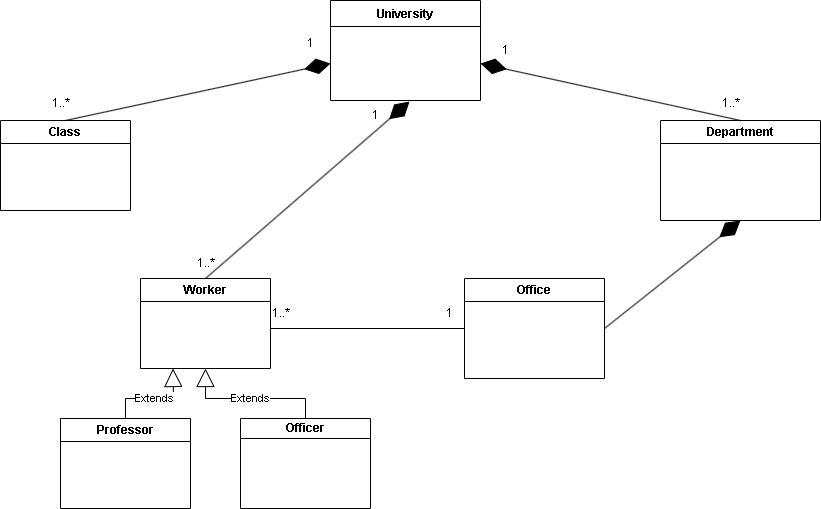
Earlier version of the draw.io export UniversityManager.drawio.png (jackwak/UML). Source tidied: cells renumbered, new cells last; positions are measured from the earlier drawing's top-left corner, leaving out a move shared by most shapes.
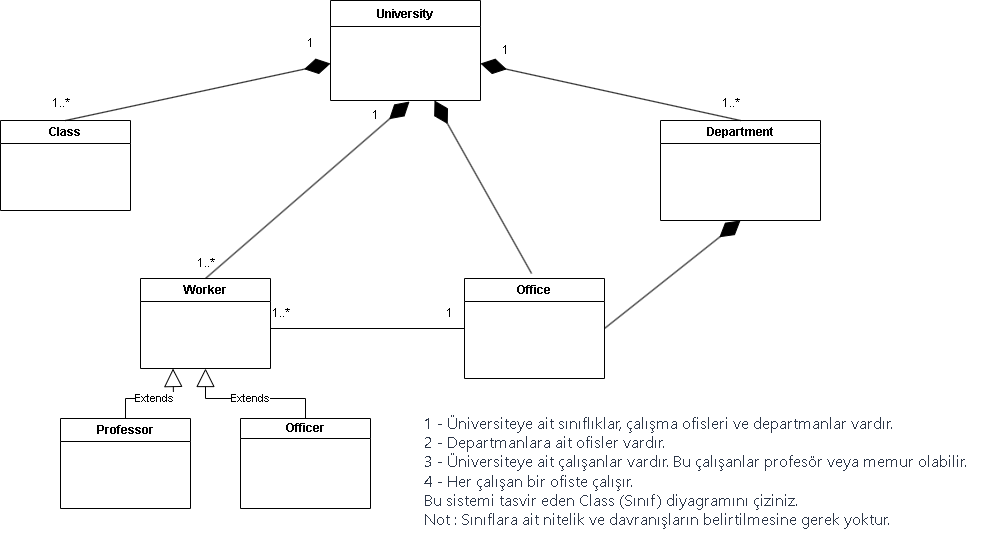
Above is the later version.

What changed in the source:
```diff
@@ -83,5 +83,14 @@
     <mxCell id="24" style="endArrow=diamondThin;endFill=1;endSize=24;html=1;rounded=0;exitX=1;exitY=0.5;exitDx=0;exitDy=0;entryX=0.5;entryY=1;entryDx=0;entryDy=0;" parent="1" edge="1" source="5" target="4">
       <mxGeometry relative="1" as="geometry" />
     </mxCell>
+    <mxCell id="25" value="&lt;p style=&quot;border-width: 0px; border-style: solid; box-sizing: border-box; overflow-wrap: break-word; margin-top: 0px; margin-right: 0px; margin-bottom: var(--chakra-space-4); margin-left: 0px; border-color: var(--chakra-colors-gray-200); color: rgb(45, 55, 72); font-family: InterVariable, -apple-system, system-ui, sans-serif; font-size: medium; text-align: start; background-color: rgb(255, 255, 255);&quot;&gt;1 - Üniversiteye ait sınıflıklar, çalışma ofisleri ve departmanlar vardır.&lt;/p&gt;&lt;p style=&quot;border-width: 0px; border-style: solid; box-sizing: border-box; overflow-wrap: break-word; margin-top: 0px; margin-right: 0px; margin-bottom: var(--chakra-space-4); margin-left: 0px; border-color: var(--chakra-colors-gray-200); color: rgb(45, 55, 72); font-family: InterVariable, -apple-system, system-ui, sans-serif; font-size: medium; text-align: start; background-color: rgb(255, 255, 255);&quot;&gt;2 - Departmanlara ait ofisler vardır.&lt;/p&gt;&lt;p style=&quot;border-width: 0px; border-style: solid; box-sizing: border-box; overflow-wrap: break-word; margin-top: 0px; margin-right: 0px; margin-bottom: var(--chakra-space-4); margin-left: 0px; border-color: var(--chakra-colors-gray-200); color: rgb(45, 55, 72); font-family: InterVariable, -apple-system, system-ui, sans-serif; font-size: medium; text-align: start; background-color: rgb(255, 255, 255);&quot;&gt;3 - Üniversiteye ait çalışanlar vardır. Bu çalışanlar profesör veya memur olabilir.&lt;/p&gt;&lt;p style=&quot;border-width: 0px; border-style: solid; box-sizing: border-box; overflow-wrap: break-word; margin-top: 0px; margin-right: 0px; margin-bottom: var(--chakra-space-4); margin-left: 0px; border-color: var(--chakra-colors-gray-200); color: rgb(45, 55, 72); font-family: InterVariable, -apple-system, system-ui, sans-serif; font-size: medium; text-align: start; background-color: rgb(255, 255, 255);&quot;&gt;4 - Her çalışan bir ofiste çalışır.&lt;/p&gt;&lt;p style=&quot;border-width: 0px; border-style: solid; box-sizing: border-box; overflow-wrap: break-word; margin-top: 0px; margin-right: 0px; margin-bottom: var(--chakra-space-4); margin-left: 0px; border-color: var(--chakra-colors-gray-200); color: rgb(45, 55, 72); font-family: InterVariable, -apple-system, system-ui, sans-serif; font-size: medium; text-align: start; background-color: rgb(255, 255, 255);&quot;&gt;Bu sistemi tasvir eden Class (Sınıf) diyagramını çiziniz.&lt;/p&gt;&lt;p style=&quot;border-width: 0px; border-style: solid; box-sizing: border-box; overflow-wrap: break-word; margin-top: 0px; margin-right: 0px; margin-bottom: var(--chakra-space-4); margin-left: 0px; border-color: var(--chakra-colors-gray-200); color: rgb(45, 55, 72); font-family: InterVariable, -apple-system, system-ui, sans-serif; font-size: medium; text-align: start; background-color: rgb(255, 255, 255);&quot;&gt;Not : Sınıflara ait nitelik ve davranışların belirtilmesine gerek yoktur.&lt;/p&gt;" style="text;html=1;align=center;verticalAlign=middle;strokeColor=none;fillColor=none;" parent="1" vertex="1">
+      <mxGeometry x="410" y="405" width="570" height="130" as="geometry" />
+    </mxCell>
+    <mxCell id="26" style="endArrow=diamondThin;endFill=1;endSize=24;html=1;rounded=0;exitX=0.5;exitY=0;exitDx=0;exitDy=0;entryX=0.713;entryY=1.068;entryDx=0;entryDy=0;entryPerimeter=0;" parent="1" edge="1">
+      <mxGeometry relative="1" as="geometry">
+        <mxPoint x="531" y="273" as="sourcePoint" />
+        <mxPoint x="434" y="100" as="targetPoint" />
+      </mxGeometry>
+    </mxCell>
   </root>
 </mxGraphModel>
```
